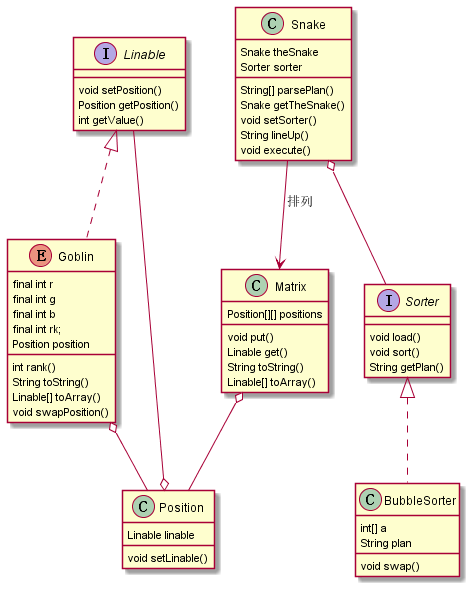
JudithChen-19122/Pictures keeps this PlantUML diagram as pictures-for-java/project2/class-diagram-3.png. Above is the earlier version. Its diagram source:
```plantuml
@startuml

interface Linable{
    void setPosition()
    Position getPosition()
    int getValue()
}
enum Goblin implements Linable{
    final int r
    final int g
    final int b
    final int rk;
    Position position
    int rank()
    String toString()
    Linable[] toArray()
    void swapPosition()
}
class Position {
    Linable linable
    void setLinable()
}
class Matrix {
    Position[][] positions
    void put()
    Linable get()
    String toString()
    Linable[] toArray()
}
interface Sorter {
    void load()
    void sort()
    String getPlan()
}
class BubbleSorter implements Sorter {
    int[] a
    String plan
    void swap()
}
class Snake{
    Snake theSnake
    Sorter sorter
    String[] parsePlan()
    Snake getTheSnake()
    void setSorter()
    String lineUp()
    void execute()
}


Matrix o-- Position
Goblin  o--  Position
Snake o-- Sorter
Snake --> Matrix: 排列
Linable --o Position



@enduml
```
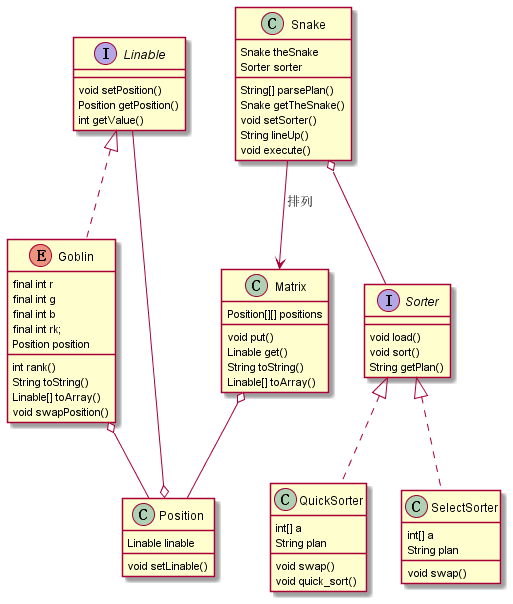
The same file after the commit.

Change to the diagram source:
```diff
@@ -32,7 +32,13 @@
     void sort()
     String getPlan()
 }
-class BubbleSorter implements Sorter {
+class QuickSorter implements Sorter {
+    int[] a
+    String plan
+    void swap()
+    void quick_sort()
+}
+class SelectSorter implements Sorter {
     int[] a
     String plan
     void swap()
```
